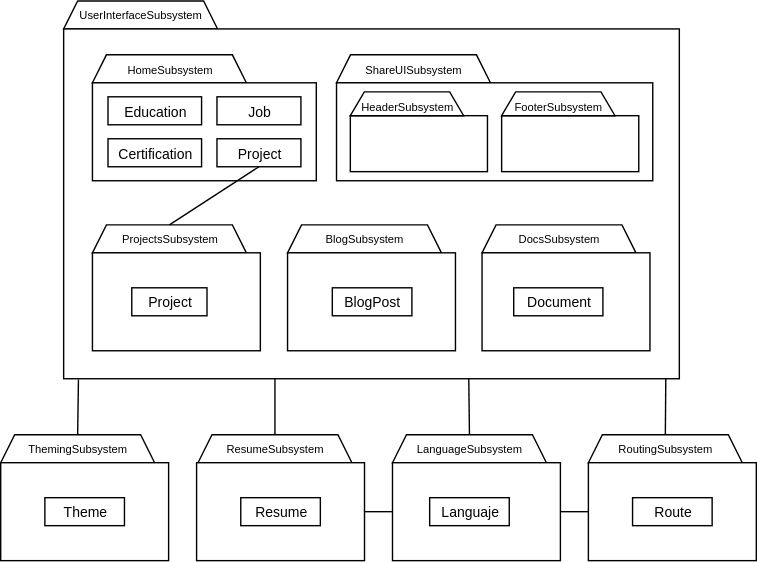
Above: documents/SubsystemDescomposition.svg in larr97/portfolio-project (draw.io), before the change. Source tidied: cells renumbered, new cells last; positions are measured from the earlier drawing's top-left corner, leaving out a move shared by most shapes.
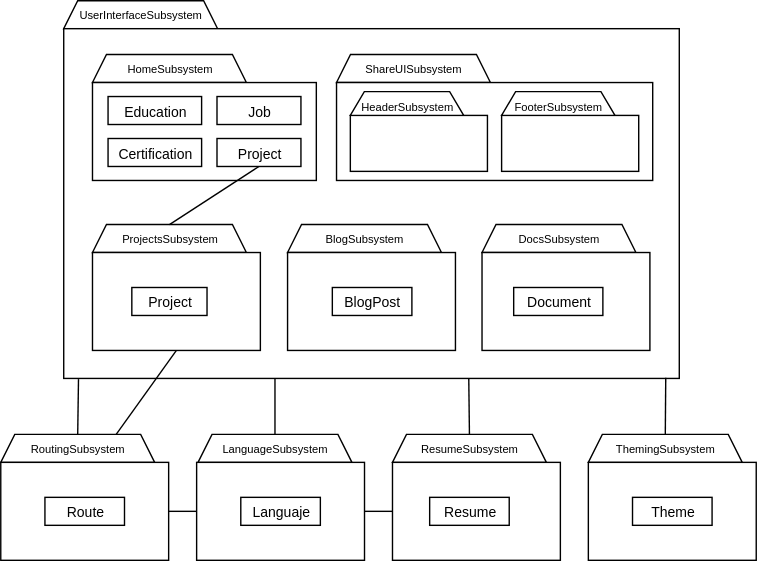
The same diagram one commit later.

What changed in the source:
```diff
@@ -38,16 +38,16 @@
     <mxCell id="13" style="rounded=0;whiteSpace=wrap;html=1;" parent="1" vertex="1">
       <mxGeometry x="344" y="180" width="120" height="70" as="geometry" />
     </mxCell>
-    <mxCell id="14" value="&lt;p style=&quot;margin: 0px; font-variant-numeric: normal; font-variant-east-asian: normal; font-variant-alternates: normal; font-size-adjust: none; font-kerning: auto; font-optical-sizing: auto; font-feature-settings: normal; font-variation-settings: normal; font-variant-position: normal; font-variant-emoji: normal; font-stretch: normal; font-size: 8px; line-height: normal; text-align: start;&quot; class=&quot;p1&quot;&gt;&lt;span style=&quot;background-color: transparent; color: light-dark(rgb(0, 0, 0), rgb(255, 255, 255));&quot;&gt;LanguageSubsystem&lt;/span&gt;&lt;/p&gt;" style="shape=trapezoid;perimeter=trapezoidPerimeter;whiteSpace=wrap;html=1;fixedSize=1;size=10;" parent="1" vertex="1">
+    <mxCell id="14" value="&lt;p style=&quot;margin: 0px; font-variant-numeric: normal; font-variant-east-asian: normal; font-variant-alternates: normal; font-size-adjust: none; font-kerning: auto; font-optical-sizing: auto; font-feature-settings: normal; font-variation-settings: normal; font-variant-position: normal; font-variant-emoji: normal; font-stretch: normal; font-size: 8px; line-height: normal; text-align: start;&quot; class=&quot;p1&quot;&gt;&lt;span style=&quot;background-color: transparent; color: light-dark(rgb(0, 0, 0), rgb(255, 255, 255));&quot;&gt;ResumeSubsystem&lt;/span&gt;&lt;/p&gt;" style="shape=trapezoid;perimeter=trapezoidPerimeter;whiteSpace=wrap;html=1;fixedSize=1;size=10;" parent="1" vertex="1">
       <mxGeometry x="280" y="310" width="110" height="20" as="geometry" />
     </mxCell>
-    <mxCell id="15" value="&lt;p style=&quot;margin: 0px; font-variant-numeric: normal; font-variant-east-asian: normal; font-variant-alternates: normal; font-size-adjust: none; font-kerning: auto; font-optical-sizing: auto; font-feature-settings: normal; font-variation-settings: normal; font-variant-position: normal; font-variant-emoji: normal; font-stretch: normal; font-size: 8px; line-height: normal; text-align: start;&quot; class=&quot;p1&quot;&gt;ResumeSubsystem&lt;/p&gt;" style="shape=trapezoid;perimeter=trapezoidPerimeter;whiteSpace=wrap;html=1;fixedSize=1;size=10;" parent="1" vertex="1">
+    <mxCell id="15" value="&lt;p style=&quot;margin: 0px; font-variant-numeric: normal; font-variant-east-asian: normal; font-variant-alternates: normal; font-size-adjust: none; font-kerning: auto; font-optical-sizing: auto; font-feature-settings: normal; font-variation-settings: normal; font-variant-position: normal; font-variant-emoji: normal; font-stretch: normal; font-size: 8px; line-height: normal; text-align: start;&quot; class=&quot;p1&quot;&gt;LanguageSubsystem&lt;/p&gt;" style="shape=trapezoid;perimeter=trapezoidPerimeter;whiteSpace=wrap;html=1;fixedSize=1;size=10;" parent="1" vertex="1">
       <mxGeometry x="141" y="310" width="110" height="20" as="geometry" />
     </mxCell>
     <mxCell id="16" style="rounded=0;whiteSpace=wrap;html=1;" parent="1" vertex="1">
       <mxGeometry x="280" y="330" width="120" height="70" as="geometry" />
     </mxCell>
-    <mxCell id="17" value="&lt;p style=&quot;margin: 0px; font-variant-numeric: normal; font-variant-east-asian: normal; font-variant-alternates: normal; font-size-adjust: none; font-kerning: auto; font-optical-sizing: auto; font-feature-settings: normal; font-variation-settings: normal; font-variant-position: normal; font-variant-emoji: normal; font-stretch: normal; font-size: 8px; line-height: normal; text-align: start;&quot; class=&quot;p1&quot;&gt;ThemingSubsystem&lt;/p&gt;" style="shape=trapezoid;perimeter=trapezoidPerimeter;whiteSpace=wrap;html=1;fixedSize=1;size=10;" parent="1" vertex="1">
+    <mxCell id="17" value="&lt;p style=&quot;margin: 0px; font-variant-numeric: normal; font-variant-east-asian: normal; font-variant-alternates: normal; font-size-adjust: none; font-kerning: auto; font-optical-sizing: auto; font-feature-settings: normal; font-variation-settings: normal; font-variant-position: normal; font-variant-emoji: normal; font-stretch: normal; font-size: 8px; line-height: normal; text-align: start;&quot; class=&quot;p1&quot;&gt;&lt;span style=&quot;background-color: transparent; color: light-dark(rgb(0, 0, 0), rgb(255, 255, 255));&quot;&gt;RoutingSubsystem&lt;/span&gt;&lt;/p&gt;" style="shape=trapezoid;perimeter=trapezoidPerimeter;whiteSpace=wrap;html=1;fixedSize=1;size=10;" parent="1" vertex="1">
       <mxGeometry y="310" width="110" height="20" as="geometry" />
     </mxCell>
     <mxCell id="18" style="rounded=0;whiteSpace=wrap;html=1;" parent="1" vertex="1">
@@ -91,7 +91,7 @@
     <mxCell id="30" style="rounded=0;jettySize=auto;html=1;endArrow=none;endFill=0;exitX=0.5;exitY=0;exitDx=0;exitDy=0;entryX=0.658;entryY=0.999;entryDx=0;entryDy=0;entryPerimeter=0;" parent="1" edge="1" source="14" target="3">
       <mxGeometry relative="1" as="geometry" />
     </mxCell>
-    <mxCell id="31" value="&lt;p style=&quot;margin: 0px; font-variant-numeric: normal; font-variant-east-asian: normal; font-variant-alternates: normal; font-size-adjust: none; font-kerning: auto; font-optical-sizing: auto; font-feature-settings: normal; font-variation-settings: normal; font-variant-position: normal; font-variant-emoji: normal; font-stretch: normal; font-size: 8px; line-height: normal; text-align: start;&quot; class=&quot;p1&quot;&gt;RoutingSubsystem&lt;/p&gt;" style="shape=trapezoid;perimeter=trapezoidPerimeter;whiteSpace=wrap;html=1;fixedSize=1;size=10;" parent="1" vertex="1">
+    <mxCell id="31" value="&lt;p style=&quot;margin: 0px; font-variant-numeric: normal; font-variant-east-asian: normal; font-variant-alternates: normal; font-size-adjust: none; font-kerning: auto; font-optical-sizing: auto; font-feature-settings: normal; font-variation-settings: normal; font-variant-position: normal; font-variant-emoji: normal; font-stretch: normal; font-size: 8px; line-height: normal; text-align: start;&quot; class=&quot;p1&quot;&gt;ThemingSubsystem&lt;/p&gt;" style="shape=trapezoid;perimeter=trapezoidPerimeter;whiteSpace=wrap;html=1;fixedSize=1;size=10;" parent="1" vertex="1">
       <mxGeometry x="420" y="310" width="110" height="20" as="geometry" />
     </mxCell>
     <mxCell id="32" style="rounded=0;whiteSpace=wrap;html=1;" parent="1" vertex="1">
@@ -103,16 +103,16 @@
     <mxCell id="34" style="rounded=0;jettySize=auto;html=1;endArrow=none;endFill=0;exitX=0.5;exitY=0;exitDx=0;exitDy=0;entryX=0.5;entryY=1;entryDx=0;entryDy=0;" parent="1" edge="1" source="8" target="25">
       <mxGeometry relative="1" as="geometry" />
     </mxCell>
-    <mxCell id="35" value="&lt;font style=&quot;font-size: 10px;&quot;&gt;Theme&lt;/font&gt;" style="html=1;whiteSpace=wrap;" parent="1" vertex="1">
+    <mxCell id="35" value="&lt;span style=&quot;font-size: 10px;&quot;&gt;Route&lt;/span&gt;" style="html=1;whiteSpace=wrap;" parent="1" vertex="1">
       <mxGeometry x="31.6" y="355" width="56.9" height="20" as="geometry" />
     </mxCell>
-    <mxCell id="36" value="&lt;span style=&quot;font-size: 10px;&quot;&gt;Resume&lt;/span&gt;" style="html=1;whiteSpace=wrap;" parent="1" vertex="1">
+    <mxCell id="36" value="&lt;span style=&quot;font-size: 10px;&quot;&gt;Languaje&lt;/span&gt;" style="html=1;whiteSpace=wrap;" parent="1" vertex="1">
       <mxGeometry x="171.6" y="355" width="56.9" height="20" as="geometry" />
     </mxCell>
-    <mxCell id="37" value="&lt;span style=&quot;font-size: 10px;&quot;&gt;Languaje&lt;/span&gt;" style="html=1;whiteSpace=wrap;" parent="1" vertex="1">
+    <mxCell id="37" value="&lt;span style=&quot;font-size: 10px;&quot;&gt;Resume&lt;/span&gt;" style="html=1;whiteSpace=wrap;" parent="1" vertex="1">
       <mxGeometry x="306.6" y="355" width="56.9" height="20" as="geometry" />
     </mxCell>
-    <mxCell id="38" value="&lt;font style=&quot;font-size: 10px;&quot;&gt;Route&lt;/font&gt;" style="html=1;whiteSpace=wrap;" parent="1" vertex="1">
+    <mxCell id="38" value="&lt;span style=&quot;font-size: 10px;&quot;&gt;Theme&lt;/span&gt;" style="html=1;whiteSpace=wrap;" parent="1" vertex="1">
       <mxGeometry x="451.6" y="355" width="56.9" height="20" as="geometry" />
     </mxCell>
     <mxCell id="39" value="&lt;p style=&quot;margin: 0px; font-variant-numeric: normal; font-variant-east-asian: normal; font-variant-alternates: normal; font-size-adjust: none; font-kerning: auto; font-optical-sizing: auto; font-feature-settings: normal; font-variation-settings: normal; font-variant-position: normal; font-variant-emoji: normal; font-stretch: normal; line-height: normal; text-align: start;&quot; class=&quot;p1&quot;&gt;&lt;span style=&quot;text-align: center;&quot;&gt;&lt;font style=&quot;font-size: 8px;&quot;&gt;HeaderSubsystem&lt;/font&gt;&lt;/span&gt;&lt;/p&gt;" style="shape=trapezoid;perimeter=trapezoidPerimeter;whiteSpace=wrap;html=1;fixedSize=1;size=10;" parent="1" vertex="1">
@@ -127,8 +127,11 @@
     <mxCell id="42" style="rounded=0;jettySize=auto;html=1;endArrow=none;endFill=0;exitX=0;exitY=0.5;exitDx=0;exitDy=0;entryX=1;entryY=0.5;entryDx=0;entryDy=0;" parent="1" edge="1" source="16" target="19">
       <mxGeometry relative="1" as="geometry" />
     </mxCell>
-    <mxCell id="43" style="rounded=0;jettySize=auto;html=1;endArrow=none;endFill=0;entryX=1;entryY=0.5;entryDx=0;entryDy=0;exitX=0;exitY=0.5;exitDx=0;exitDy=0;" parent="1" edge="1" source="32" target="16">
-      <mxGeometry relative="1" as="geometry" />
-    </mxCell>
+    <mxCell id="44" style="rounded=0;jettySize=auto;html=1;endArrow=none;endFill=0;exitX=0;exitY=0.5;exitDx=0;exitDy=0;entryX=1;entryY=0.5;entryDx=0;entryDy=0;" parent="1" edge="1" source="19" target="18">
+      <mxGeometry relative="1" as="geometry" />
+    </mxCell>
+    <mxCell id="45" style="rounded=0;jettySize=auto;html=1;endArrow=none;endFill=0;exitX=0.75;exitY=0;exitDx=0;exitDy=0;entryX=0.5;entryY=1;entryDx=0;entryDy=0;" parent="1" edge="1" source="17" target="12">
+      <mxGeometry relative="1" as="geometry" />
+    </mxCell>
   </root>
 </mxGraphModel>
```
